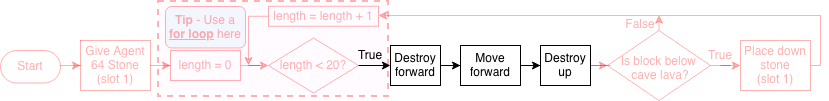
Above: tutorials/python-islands/island-7/autominer/images/flowchart-landscape_3.png in CausewayDigital/Minecraft-EE-MakeCode (draw.io), before the change. Source tidied: cells renumbered, new cells last; positions are measured from the earlier drawing's top-left corner, leaving out a move shared by most shapes.
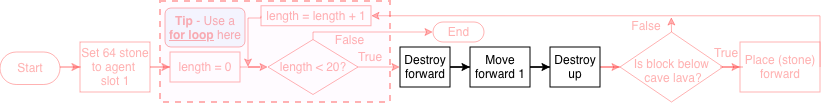
Above is the later version.

Commit message:
Updated flowchart images for autominer

The edit, as a diff of the source:
```diff
@@ -10,7 +10,7 @@
     <mxCell id="3" style="edgeStyle=orthogonalEdgeStyle;rounded=0;jettySize=auto;html=1;shadow=0;fontColor=#FF0000;textOpacity=30;strokeColor=#FF0000;opacity=30;" parent="1" edge="1" source="4" target="6">
       <mxGeometry relative="1" as="geometry" />
     </mxCell>
-    <mxCell id="4" value="&lt;div&gt;Give Agent 64 Stone&lt;/div&gt;(slot 1)" style="rounded=0;whiteSpace=wrap;html=1;fontColor=#FF0000;textOpacity=30;strokeColor=#FF0000;opacity=30;" parent="1" vertex="1">
+    <mxCell id="4" value="Set 64 stone to agent&amp;nbsp;&lt;div&gt;slot 1&lt;/div&gt;" style="rounded=0;whiteSpace=wrap;html=1;fontColor=#FF0000;textOpacity=30;strokeColor=#FF0000;opacity=30;" parent="1" vertex="1">
       <mxGeometry x="80" y="39" width="70" height="50" as="geometry" />
     </mxCell>
     <mxCell id="5" style="edgeStyle=orthogonalEdgeStyle;rounded=0;jettySize=auto;html=1;shadow=0;fontColor=#FF0000;textOpacity=30;strokeColor=#FF0000;opacity=30;" parent="1" edge="1" source="6" target="8">
@@ -19,9 +19,21 @@
     <mxCell id="6" value="length = 0" style="rounded=0;whiteSpace=wrap;html=1;shadow=0;fontColor=#FF0000;textOpacity=30;strokeColor=#FF0000;opacity=30;" parent="1" vertex="1">
       <mxGeometry x="170" y="49" width="70" height="30" as="geometry" />
     </mxCell>
-    <mxCell id="7" style="edgeStyle=orthogonalEdgeStyle;rounded=0;jettySize=auto;html=1;shadow=0;" parent="1" edge="1" source="8" target="10">
+    <mxCell id="7" style="edgeStyle=orthogonalEdgeStyle;rounded=0;jettySize=auto;html=1;shadow=0;fontColor=#FF0000;textOpacity=30;strokeColor=#FF0000;opacity=30;" parent="1" edge="1" source="8" target="10">
       <mxGeometry relative="1" as="geometry" />
     </mxCell>
+    <mxCell id="28" style="edgeStyle=orthogonalEdgeStyle;rounded=0;jettySize=auto;html=1;exitX=0.5;exitY=0;exitDx=0;exitDy=0;fontSize=12;fontColor=#FF0000;textOpacity=30;strokeColor=#FF0000;opacity=30;" parent="1" edge="1" source="8" target="31">
+      <mxGeometry relative="1" as="geometry">
+        <Array as="points">
+          <mxPoint x="313" y="29" />
+        </Array>
+      </mxGeometry>
+    </mxCell>
+    <mxCell id="29" value="&lt;font style=&quot;font-size: 12px;&quot;&gt;False&lt;/font&gt;" style="edgeLabel;html=1;align=center;verticalAlign=middle;fontColor=#FF0000;textOpacity=30;" parent="28" vertex="1">
+      <mxGeometry x="-0.48" y="1" relative="1" as="geometry">
+        <mxPoint x="10" y="9" as="offset" />
+      </mxGeometry>
+    </mxCell>
     <mxCell id="8" value="length &amp;lt; 20?" style="rhombus;whiteSpace=wrap;html=1;shadow=0;fontColor=#FF0000;textOpacity=30;strokeColor=#FF0000;opacity=30;" parent="1" vertex="1">
       <mxGeometry x="268" y="36.5" width="90" height="55" as="geometry" />
     </mxCell>
@@ -29,49 +41,49 @@
       <mxGeometry relative="1" as="geometry" />
     </mxCell>
     <mxCell id="10" value="Destroy forward" style="rounded=0;whiteSpace=wrap;html=1;shadow=0;" parent="1" vertex="1">
-      <mxGeometry x="390" y="44" width="50" height="40" as="geometry" />
+      <mxGeometry x="400" y="44" width="50" height="40" as="geometry" />
     </mxCell>
     <mxCell id="11" style="edgeStyle=orthogonalEdgeStyle;rounded=0;jettySize=auto;html=1;exitX=1;exitY=0.5;exitDx=0;exitDy=0;shadow=0;" parent="1" edge="1" source="12" target="14">
       <mxGeometry relative="1" as="geometry" />
     </mxCell>
-    <mxCell id="12" value="Move forward" style="rounded=0;whiteSpace=wrap;html=1;shadow=0;" parent="1" vertex="1">
-      <mxGeometry x="460" y="44" width="60" height="40" as="geometry" />
+    <mxCell id="12" value="Move forward 1" style="rounded=0;whiteSpace=wrap;html=1;shadow=0;" parent="1" vertex="1">
+      <mxGeometry x="470" y="44" width="60" height="40" as="geometry" />
     </mxCell>
     <mxCell id="13" style="edgeStyle=orthogonalEdgeStyle;rounded=0;jettySize=auto;html=1;shadow=0;fontColor=#FF0000;textOpacity=30;strokeColor=#FF0000;opacity=30;" parent="1" edge="1" source="14" target="17">
       <mxGeometry relative="1" as="geometry" />
     </mxCell>
     <mxCell id="14" value="Destroy up" style="rounded=0;whiteSpace=wrap;html=1;shadow=0;" parent="1" vertex="1">
-      <mxGeometry x="540" y="44" width="50" height="40" as="geometry" />
+      <mxGeometry x="550" y="44" width="50" height="40" as="geometry" />
     </mxCell>
     <mxCell id="15" style="edgeStyle=orthogonalEdgeStyle;rounded=0;jettySize=auto;html=1;shadow=0;fontColor=#FF0000;textOpacity=30;strokeColor=#FF0000;opacity=30;" parent="1" edge="1" source="17" target="19">
       <mxGeometry relative="1" as="geometry" />
     </mxCell>
-    <mxCell id="16" style="edgeStyle=orthogonalEdgeStyle;rounded=0;jettySize=auto;html=1;exitX=0.5;exitY=0;exitDx=0;exitDy=0;entryX=0.964;entryY=0.029;entryDx=0;entryDy=0;entryPerimeter=0;shadow=0;fontColor=#FF0000;textOpacity=30;strokeColor=#FF0000;opacity=30;" parent="1" edge="1" source="17" target="22">
-      <mxGeometry relative="1" as="geometry" />
-    </mxCell>
+    <mxCell id="30" style="edgeStyle=orthogonalEdgeStyle;rounded=0;jettySize=auto;html=1;exitX=0.5;exitY=0;exitDx=0;exitDy=0;fontColor=#FF0000;textOpacity=30;strokeColor=#FF0000;opacity=30;" parent="1" edge="1" source="17">
+      <mxGeometry relative="1" as="geometry">
+        <mxPoint x="671.3" y="14" as="targetPoint" />
+      </mxGeometry>
+    </mxCell>
     <mxCell id="17" value="Is block below&amp;nbsp;&lt;br&gt;cave lava?" style="rhombus;whiteSpace=wrap;html=1;verticalAlign=middle;spacingBottom=0;spacingTop=7;spacingLeft=3;shadow=0;fontColor=#FF0000;textOpacity=30;strokeColor=#FF0000;opacity=30;" parent="1" vertex="1">
-      <mxGeometry x="607" y="29" width="103" height="70" as="geometry" />
+      <mxGeometry x="620" y="29" width="103" height="70" as="geometry" />
     </mxCell>
-    <mxCell id="18" style="edgeStyle=orthogonalEdgeStyle;rounded=0;jettySize=auto;html=1;entryX=1;entryY=0.5;entryDx=0;entryDy=0;shadow=0;fontColor=#FF0000;textOpacity=30;strokeColor=#FF0000;opacity=30;" parent="1" edge="1" source="19" target="24">
+    <mxCell id="18" style="edgeStyle=orthogonalEdgeStyle;rounded=0;jettySize=auto;html=1;exitX=1;exitY=0.5;exitDx=0;exitDy=0;entryX=1;entryY=0.5;entryDx=0;entryDy=0;fontColor=#FF0000;textOpacity=30;strokeColor=#FF0000;opacity=30;" parent="1" edge="1" source="19" target="24">
       <mxGeometry relative="1" as="geometry">
         <Array as="points">
-          <mxPoint x="820" y="64" />
-          <mxPoint x="820" y="14" />
-          <mxPoint x="378" y="14" />
+          <mxPoint x="820" y="13" />
         </Array>
       </mxGeometry>
     </mxCell>
-    <mxCell id="19" value="&lt;div&gt;Place down stone&lt;/div&gt;(slot 1)" style="rounded=0;whiteSpace=wrap;html=1;shadow=0;fontColor=#FF0000;textOpacity=30;strokeColor=#FF0000;opacity=30;" parent="1" vertex="1">
-      <mxGeometry x="740" y="39" width="70" height="50" as="geometry" />
+    <mxCell id="19" value="&lt;div&gt;Place (stone) forward&lt;/div&gt;" style="rounded=0;whiteSpace=wrap;html=1;shadow=0;fontColor=#FF0000;textOpacity=30;strokeColor=#FF0000;opacity=30;" parent="1" vertex="1">
+      <mxGeometry x="740" y="39" width="80" height="50" as="geometry" />
     </mxCell>
-    <mxCell id="20" value="True&lt;span style=&quot;color: rgba(0 , 0 , 0 , 0) ; font-family: monospace ; font-size: 0px&quot;&gt;%3CmxGraphModel%3E%3Croot%3E%3CmxCell%20id%3D%220%22%2F%3E%3CmxCell%20id%3D%221%22%20parent%3D%220%22%2F%3E%3CmxCell%20id%3D%222%22%20value%3D%22destroy%20forward%22%20style%3D%22rounded%3D0%3BwhiteSpace%3Dwrap%3Bhtml%3D1%3B%22%20vertex%3D%221%22%20parent%3D%221%22%3E%3CmxGeometry%20x%3D%22240%22%20y%3D%22560%22%20width%3D%22120%22%20height%3D%2260%22%20as%3D%22geometry%22%2F%3E%3C%2FmxCell%3E%3C%2Froot%3E%3C%2FmxGraphModel%3E&lt;/span&gt;" style="text;html=1;align=center;verticalAlign=middle;whiteSpace=wrap;rounded=0;shadow=0;" parent="1" vertex="1">
+    <mxCell id="20" value="True&lt;span style=&quot;font-family: monospace; font-size: 0px;&quot;&gt;%3CmxGraphModel%3E%3Croot%3E%3CmxCell%20id%3D%220%22%2F%3E%3CmxCell%20id%3D%221%22%20parent%3D%220%22%2F%3E%3CmxCell%20id%3D%222%22%20value%3D%22destroy%20forward%22%20style%3D%22rounded%3D0%3BwhiteSpace%3Dwrap%3Bhtml%3D1%3B%22%20vertex%3D%221%22%20parent%3D%221%22%3E%3CmxGeometry%20x%3D%22240%22%20y%3D%22560%22%20width%3D%22120%22%20height%3D%2260%22%20as%3D%22geometry%22%2F%3E%3C%2FmxCell%3E%3C%2Froot%3E%3C%2FmxGraphModel%3E&lt;/span&gt;" style="text;html=1;align=center;verticalAlign=middle;whiteSpace=wrap;rounded=0;shadow=0;fontColor=#FF0000;textOpacity=30;" parent="1" vertex="1">
       <mxGeometry x="350" y="44" width="40" height="20" as="geometry" />
     </mxCell>
     <mxCell id="21" value="True&lt;span style=&quot;font-family: monospace; font-size: 0px;&quot;&gt;%3CmxGraphModel%3E%3Croot%3E%3CmxCell%20id%3D%220%22%2F%3E%3CmxCell%20id%3D%221%22%20parent%3D%220%22%2F%3E%3CmxCell%20id%3D%222%22%20value%3D%22destroy%20forward%22%20style%3D%22rounded%3D0%3BwhiteSpace%3Dwrap%3Bhtml%3D1%3B%22%20vertex%3D%221%22%20parent%3D%221%22%3E%3CmxGeometry%20x%3D%22240%22%20y%3D%22560%22%20width%3D%22120%22%20height%3D%2260%22%20as%3D%22geometry%22%2F%3E%3C%2FmxCell%3E%3C%2Froot%3E%3C%2FmxGraphModel%3E&lt;/span&gt;" style="text;html=1;align=center;verticalAlign=middle;whiteSpace=wrap;rounded=0;shadow=0;fontColor=#FF0000;textOpacity=30;" parent="1" vertex="1">
-      <mxGeometry x="700" y="44" width="40" height="20" as="geometry" />
+      <mxGeometry x="706" y="40" width="40" height="20" as="geometry" />
     </mxCell>
     <mxCell id="22" value="False" style="text;html=1;align=center;verticalAlign=middle;whiteSpace=wrap;rounded=0;shadow=0;fontColor=#FF0000;textOpacity=30;" parent="1" vertex="1">
-      <mxGeometry x="620" y="13" width="40" height="20" as="geometry" />
+      <mxGeometry x="626" y="12.8" width="40" height="20" as="geometry" />
     </mxCell>
     <mxCell id="23" style="edgeStyle=orthogonalEdgeStyle;rounded=0;jettySize=auto;html=1;exitX=0;exitY=0.5;exitDx=0;exitDy=0;shadow=0;fontColor=#FF0000;textOpacity=30;strokeColor=#FF0000;opacity=30;" parent="1" edge="1" source="24">
       <mxGeometry relative="1" as="geometry">
@@ -82,16 +94,20 @@
       </mxGeometry>
     </mxCell>
     <mxCell id="24" value="length = length + 1" style="rounded=0;whiteSpace=wrap;html=1;shadow=0;fontColor=#FF0000;textOpacity=30;strokeColor=#FF0000;opacity=30;" parent="1" vertex="1">
-      <mxGeometry x="268" y="4.8" width="110" height="20" as="geometry" />
+      <mxGeometry x="261" y="2.8" width="110" height="20" as="geometry" />
     </mxCell>
-    <mxCell id="25" style="rounded=0;whiteSpace=wrap;html=1;fillColor=light-dark(#FB0FFF0D,#EDEDED0D);strokeColor=#FF0000;strokeWidth=2;dashed=1;perimeterSpacing=0;shadow=0;fontColor=#FF0000;textOpacity=30;opacity=30;" parent="1" vertex="1">
-      <mxGeometry x="158" width="230" height="95" as="geometry" />
-    </mxCell>
     <mxCell id="26" value="&lt;b&gt;Tip &lt;/b&gt;- Use a &lt;b&gt;&lt;u&gt;for loop&lt;/u&gt;&lt;/b&gt; here" style="text;html=1;whiteSpace=wrap;strokeColor=#FF0000;fillColor=#dae8fc;align=center;verticalAlign=middle;rounded=1;glass=0;shadow=0;opacity=30;fontColor=#FF0000;textOpacity=30;" parent="1" vertex="1">
-      <mxGeometry x="165" y="5" width="80" height="41.5" as="geometry" />
+      <mxGeometry x="165" y="5" width="80" height="39" as="geometry" />
     </mxCell>
     <mxCell id="27" value="Start" style="html=1;dashed=0;whiteSpace=wrap;shape=mxgraph.dfd.start;fontColor=#FF0000;textOpacity=30;strokeColor=#FF0000;opacity=30;" parent="1" vertex="1">
       <mxGeometry y="49" width="60" height="32.5" as="geometry" />
     </mxCell>
+    <mxCell id="31" value="End" style="html=1;dashed=0;whiteSpace=wrap;shape=mxgraph.dfd.start;fontColor=#FF0000;textOpacity=30;strokeColor=#FF0000;opacity=30;" parent="1" vertex="1">
+      <mxGeometry x="433" y="19" width="51" height="20" as="geometry" />
+    </mxCell>
+    <mxCell id="32" value="Untitled Layer" parent="0" />
+    <mxCell id="25" style="rounded=0;whiteSpace=wrap;html=1;fillColor=light-dark(#FB0FFF0D,#EDEDED0D);strokeColor=#FF0000;strokeWidth=2;dashed=1;perimeterSpacing=0;shadow=0;opacity=30;" parent="32" vertex="1">
+      <mxGeometry x="160" y="-2" width="230" height="101" as="geometry" />
+    </mxCell>
   </root>
 </mxGraphModel>
```
